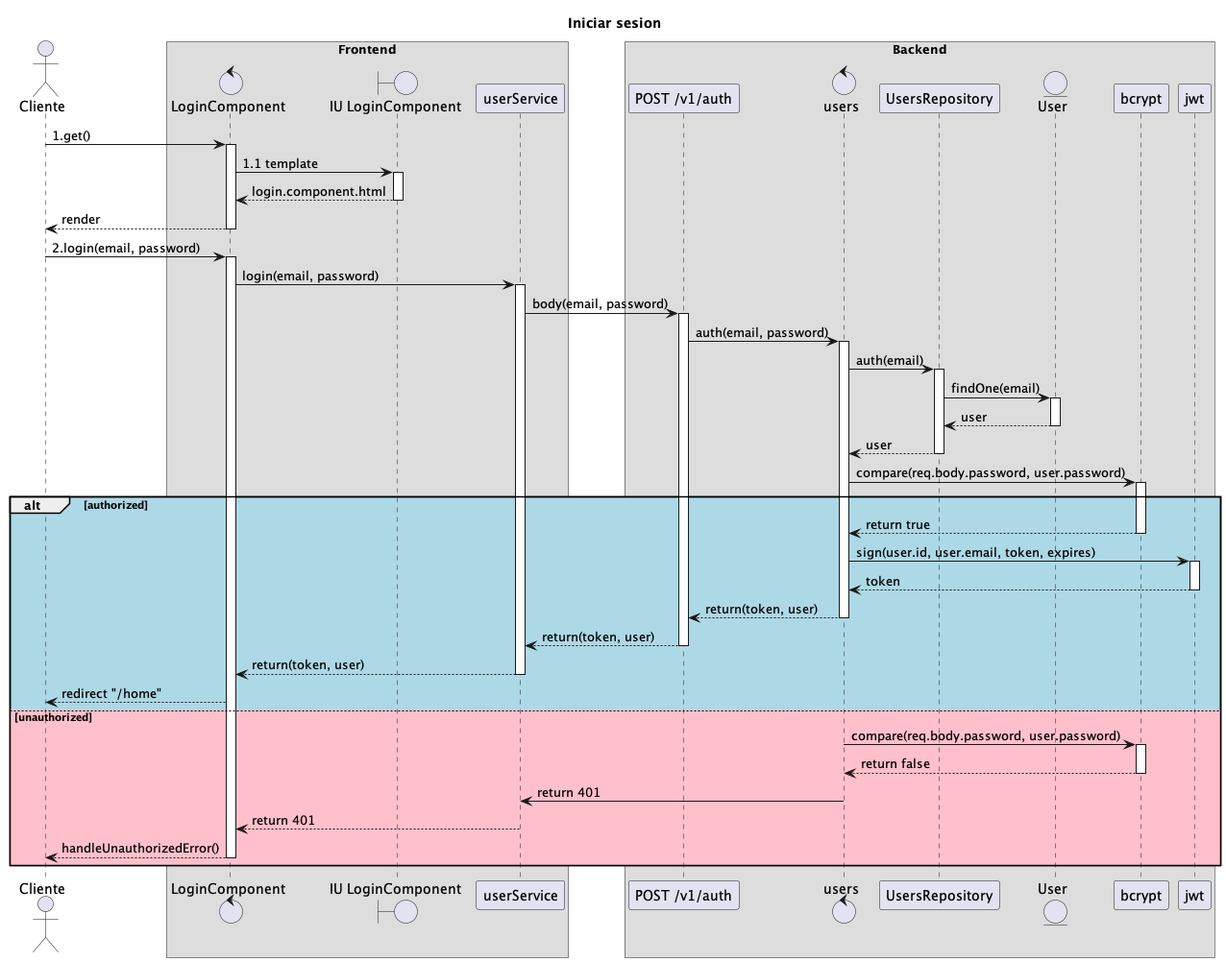
Earlier version of the PlantUML export 3.Diseño/3.4 Diagramas de secuencia/iniciar_sesion.png (ml-cchiappone/is-um2023).
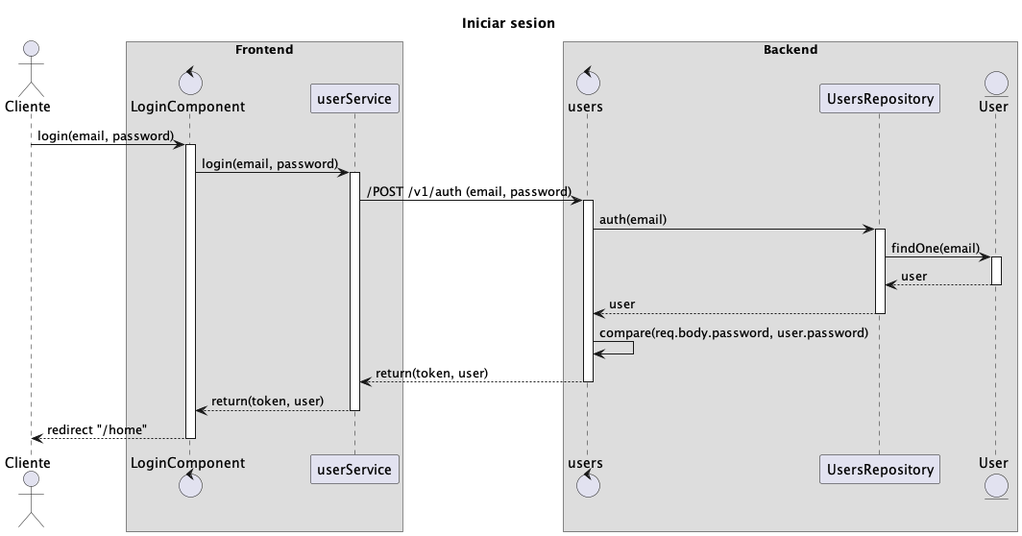
After the commit.

Change to the diagram source:
```diff
@@ -3,25 +3,14 @@
 actor Cliente
 box "Frontend"
 control LoginComponent
-boundary "IU LoginComponent"
-Cliente-> LoginComponent: 1.get()
-activate LoginComponent
-LoginComponent->"IU LoginComponent": 1.1 template
-activate "IU LoginComponent"
-"IU LoginComponent"-->LoginComponent: login.component.html
-deactivate "IU LoginComponent"
-LoginComponent-->Cliente: render
-deactivate LoginComponent
-Cliente-> LoginComponent: 2.login(email, password)
+Cliente-> LoginComponent: login(email, password)
 activate LoginComponent
 LoginComponent->userService:login(email, password)
 activate userService
 end box
 box "Backend"
-userService->"POST /v1/auth": body(email, password)
-activate "POST /v1/auth"
 control users
-"POST /v1/auth"->users: auth(email, password)
+"userService"->users: /POST /v1/auth (email, password)
 activate users
 users->UsersRepository: auth(email)
 activate UsersRepository
@@ -32,33 +21,12 @@
 deactivate User
 UsersRepository-->users: user
 deactivate UsersRepository
-users->"bcrypt": compare(req.body.password, user.password)
-alt #LightBlue authorized
-    activate bcrypt
-    bcrypt-->users: return true
-    deactivate bcrypt
-    users->jwt: sign(user.id, user.email, token, expires)
-    activate jwt
-    jwt-->users: token
-    deactivate jwt
-    end box
-    users-->"POST /v1/auth": return(token, user)
-    deactivate users
-    "POST /v1/auth"-->userService: return(token, user)
-    deactivate "POST /v1/auth"
-    userService-->LoginComponent: return(token, user)
-    deactivate userService
-    LoginComponent-->"Cliente": redirect "/home"
-else #Pink unauthorized
-users->"bcrypt": compare(req.body.password, user.password)
-    activate bcrypt
-    bcrypt-->users: return false
-    deactivate bcrypt
-    users->userService: return 401
-    userService-->LoginComponent: return 401
-    LoginComponent-->"Cliente": handleUnauthorizedError()
-    deactivate LoginComponent
-
-end
+users->users: compare(req.body.password, user.password)
+users-->userService: return(token, user)
+deactivate users
+userService-->LoginComponent: return(token, user)
+deactivate userService
+LoginComponent-->"Cliente": redirect "/home"
+deactivate LoginComponent
 
 @enduml
```
